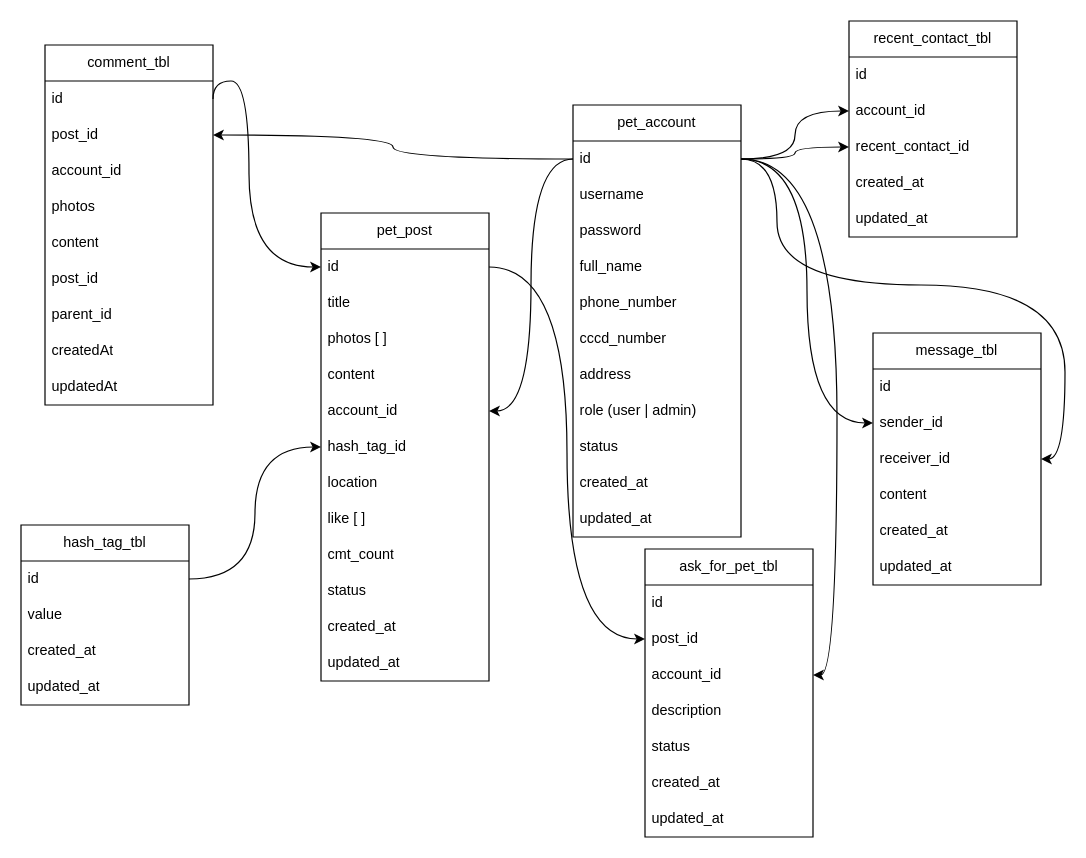
This is page "Page-2" (2 of 2) of Untitled Diagram.drawio from JonathanBestCode/newapp, a draw.io file, before an edit. Source tidied: cells renumbered, new cells numbered last; positions are measured from the earlier drawing's top-left corner, leaving out a move shared by most shapes. Both pictures are drawn from the tidied source at 120%, with x=0, y=0 at pixel (20, 20).
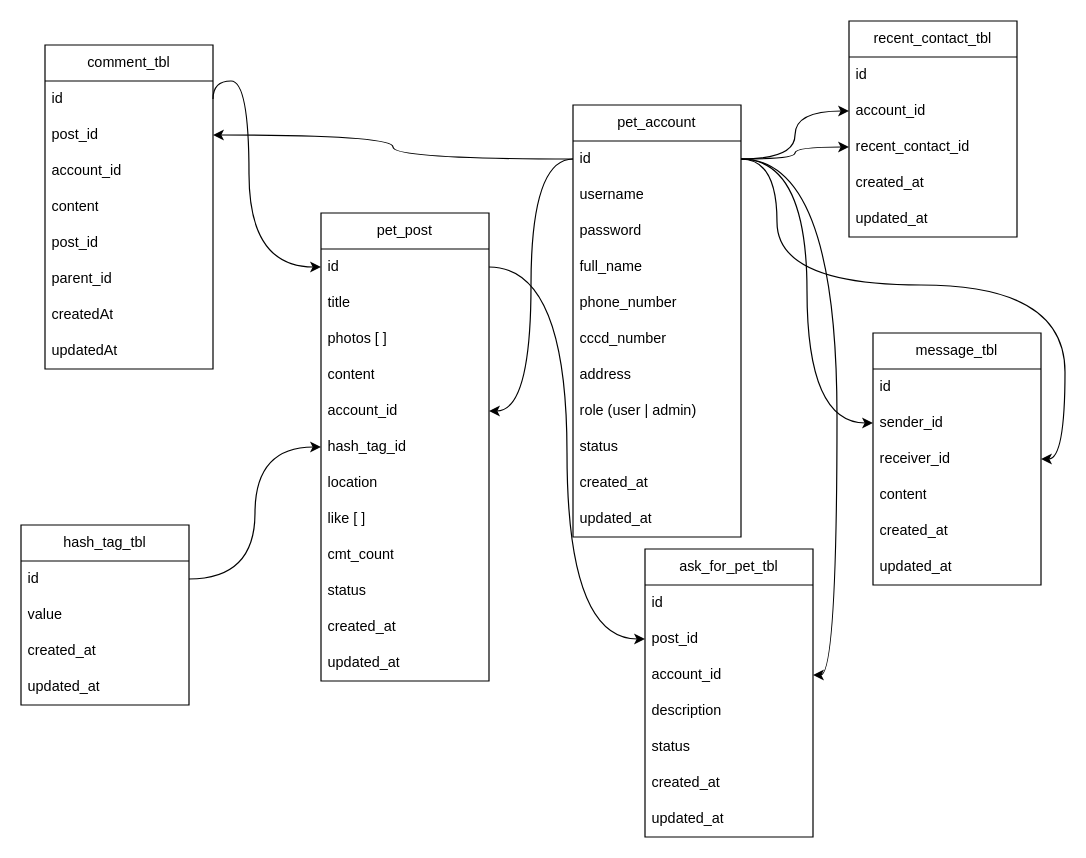
The same diagram, later.

The edit, as a diff of the source:
```diff
@@
     <mxCell id="27" value="comment_tbl" style="swimlane;fontStyle=0;horizontal=1;startSize=30;whiteSpace=wrap;html=1;" parent="1" vertex="1">
-      <mxGeometry x="20" y="20" width="140" height="300" as="geometry" />
+      <mxGeometry x="20" y="20" width="140" height="270" as="geometry" />
     </mxCell>
@@
-    <mxCell id="31" value="photos" style="text;strokeColor=none;fillColor=none;align=left;verticalAlign=middle;spacingLeft=4;spacingRight=4;overflow=hidden;whiteSpace=wrap;html=1;" parent="27" vertex="1">
-      <mxGeometry y="120" width="140" height="30" as="geometry" />
-    </mxCell>
     <mxCell id="32" value="content" style="text;strokeColor=none;fillColor=none;align=left;verticalAlign=middle;spacingLeft=4;spacingRight=4;overflow=hidden;whiteSpace=wrap;html=1;" parent="27" vertex="1">
-      <mxGeometry y="150" width="140" height="30" as="geometry" />
+      <mxGeometry y="120" width="140" height="30" as="geometry" />
     </mxCell>
     <mxCell id="33" value="post_id" style="text;strokeColor=none;fillColor=none;align=left;verticalAlign=middle;spacingLeft=4;spacingRight=4;overflow=hidden;whiteSpace=wrap;html=1;" parent="27" vertex="1">
-      <mxGeometry y="180" width="140" height="30" as="geometry" />
+      <mxGeometry y="150" width="140" height="30" as="geometry" />
     </mxCell>
     <mxCell id="34" value="parent_id" style="text;strokeColor=none;fillColor=none;align=left;verticalAlign=middle;spacingLeft=4;spacingRight=4;overflow=hidden;whiteSpace=wrap;html=1;" parent="27" vertex="1">
-      <mxGeometry y="210" width="140" height="30" as="geometry" />
+      <mxGeometry y="180" width="140" height="30" as="geometry" />
     </mxCell>
     <mxCell id="35" value="&lt;div&gt;createdAt&lt;/div&gt;" style="text;strokeColor=none;fillColor=none;align=left;verticalAlign=middle;spacingLeft=4;spacingRight=4;overflow=hidden;whiteSpace=wrap;html=1;" parent="27" vertex="1">
-      <mxGeometry y="240" width="140" height="30" as="geometry" />
+      <mxGeometry y="210" width="140" height="30" as="geometry" />
     </mxCell>
     <mxCell id="36" value="updatedAt" style="text;strokeColor=none;fillColor=none;align=left;verticalAlign=middle;spacingLeft=4;spacingRight=4;overflow=hidden;whiteSpace=wrap;html=1;" parent="27" vertex="1">
-      <mxGeometry y="270" width="140" height="30" as="geometry" />
+      <mxGeometry y="240" width="140" height="30" as="geometry" />
     </mxCell>
```
